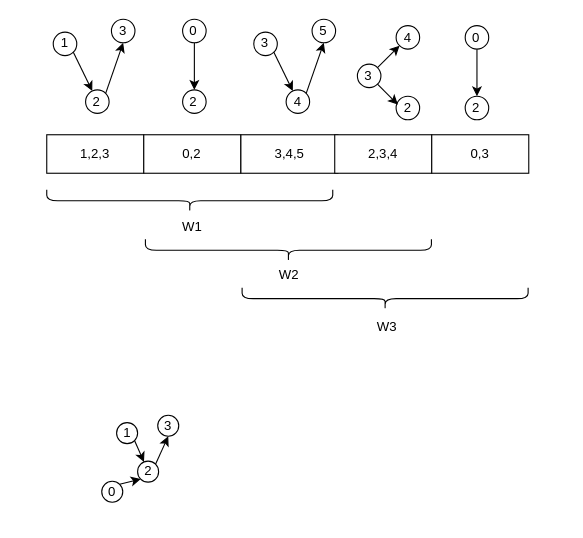
Before: page "windowGraphs" (6 of 8) of All execution models.drawio in komzy/FlinkPregelPaper, a draw.io diagram. Source tidied: cells renumbered, new cells numbered last; positions are measured from the earlier drawing's top-left corner, leaving out a move shared by most shapes. Both pictures are drawn from the tidied source at 110%, with x=0, y=0 at pixel (46, 19).
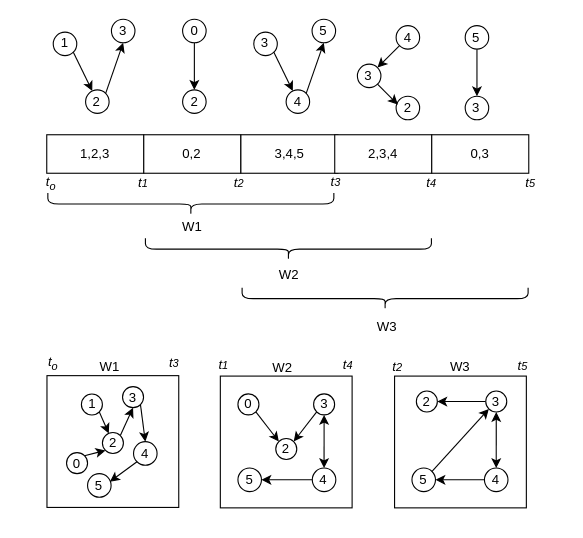
The same page after the edit.

The change refers to these unchanged cells:
```xml
<mxCell id="25" value="3" style="ellipse;whiteSpace=wrap;html=1;" parent="1" vertex="1">
  <mxGeometry x="282.4" y="40.8" width="21.4" height="21.4" as="geometry" />
</mxCell>
<mxCell id="26" value="4" style="ellipse;whiteSpace=wrap;html=1;" parent="1" vertex="1">
  <mxGeometry x="317.6" y="5.8" width="21.4" height="21.4" as="geometry" />
</mxCell>
```

The edit, as a diff of the source:
```diff
@@
+    <mxCell id="42" style="whiteSpace=wrap;html=1;fillColor=none;" parent="1" vertex="1">
+      <mxGeometry x="157.8" y="324.4" width="119.8" height="119.8" as="geometry" />
+    </mxCell>
+    <mxCell id="43" style="whiteSpace=wrap;html=1;fillColor=none;" parent="1" vertex="1">
+      <mxGeometry x="316.2" y="324.4" width="119.8" height="119.8" as="geometry" />
+    </mxCell>
     <mxCell id="2" style="shape=curlyBracket;whiteSpace=wrap;html=1;rounded=1;flipH=1;labelPosition=right;verticalLabelPosition=middle;align=left;verticalAlign=middle;legacyAnchorPoints=0;rotation=90;" parent="1" vertex="1">
-      <mxGeometry x="120" y="35" width="20" height="260" as="geometry" />
+      <mxGeometry x="121" y="38" width="20" height="260" as="geometry" />
     </mxCell>
-    <mxCell id="3" style="group;" parent="1" vertex="1">
-      <mxGeometry x="50" y="360" width="70" height="80" as="geometry" />
-    </mxCell>
-    <mxCell id="4" value="1" style="ellipse;whiteSpace=wrap;html=1;" parent="3" vertex="1">
-      <mxGeometry x="13.5" y="6.7" width="19.1" height="19.1" as="geometry" />
-    </mxCell>
-    <mxCell id="5" value="2" style="ellipse;whiteSpace=wrap;html=1;" parent="3" vertex="1">
-      <mxGeometry x="32.6" y="41.7" width="19.1" height="19.1" as="geometry" />
-    </mxCell>
-    <mxCell id="6" value="3" style="ellipse;whiteSpace=wrap;html=1;" parent="3" vertex="1">
-      <mxGeometry x="50.9" width="19.1" height="19.1" as="geometry" />
-    </mxCell>
-    <mxCell id="7" style="endArrow=classic;html=1;rounded=0;exitX=1;exitY=1;exitDx=0;exitDy=0;" parent="3" edge="1" source="4" target="5">
-      <mxGeometry relative="1" as="geometry" />
-    </mxCell>
-    <mxCell id="8" style="endArrow=classic;html=1;rounded=0;entryX=0.5;entryY=1;entryDx=0;entryDy=0;exitX=1;exitY=0;exitDx=0;exitDy=0;" parent="3" edge="1" source="5" target="6">
-      <mxGeometry relative="1" as="geometry" />
-    </mxCell>
-    <mxCell id="9" value="0" style="ellipse;whiteSpace=wrap;html=1;" parent="3" vertex="1">
-      <mxGeometry y="60" width="19.1" height="19.1" as="geometry" />
-    </mxCell>
-    <mxCell id="10" style="endArrow=classic;html=1;rounded=0;entryX=0;entryY=1;entryDx=0;entryDy=0;exitX=1;exitY=0;exitDx=0;exitDy=0;" parent="3" edge="1" source="9" target="5">
-      <mxGeometry relative="1" as="geometry" />
-    </mxCell>
@@
-    <mxCell id="28" style="endArrow=classic;html=1;rounded=0;exitX=1;exitY=0;exitDx=0;exitDy=0;" parent="1" edge="1" source="25" target="26">
-      <mxGeometry relative="1" as="geometry" />
-    </mxCell>
@@
-    <mxCell id="35" value="0" style="ellipse;whiteSpace=wrap;html=1;" parent="1" vertex="1">
+    <mxCell id="35" value="5" style="ellipse;whiteSpace=wrap;html=1;" parent="1" vertex="1">
       <mxGeometry x="380.4" y="5.8" width="21.4" height="21.4" as="geometry" />
     </mxCell>
-    <mxCell id="36" value="2" style="ellipse;whiteSpace=wrap;html=1;" parent="1" vertex="1">
+    <mxCell id="36" value="3" style="ellipse;whiteSpace=wrap;html=1;" parent="1" vertex="1">
       <mxGeometry x="380.4" y="70" width="21.4" height="21.4" as="geometry" />
     </mxCell>
     <mxCell id="37" style="shape=curlyBracket;whiteSpace=wrap;html=1;rounded=1;flipH=1;labelPosition=right;verticalLabelPosition=middle;align=left;verticalAlign=middle;legacyAnchorPoints=0;rotation=90;" parent="1" vertex="1">
-      <mxGeometry x="209.7" y="80" width="20" height="260" as="geometry" />
+      <mxGeometry x="209.7" y="79" width="20" height="260" as="geometry" />
     </mxCell>
@@
+    <mxCell id="44" style="endArrow=classic;html=1;rounded=0;entryX=1;entryY=0;entryDx=0;entryDy=0;exitX=0;exitY=1;exitDx=0;exitDy=0;" parent="1" edge="1" source="26" target="25">
+      <mxGeometry relative="1" as="geometry" />
+    </mxCell>
+    <mxCell id="45" style="group;" parent="1" vertex="1">
+      <mxGeometry x="18" y="334" width="140" height="120" as="geometry" />
+    </mxCell>
+    <mxCell id="6" value="3" style="ellipse;whiteSpace=wrap;html=1;" parent="45" vertex="1">
+      <mxGeometry x="50.9" width="19.1" height="19.1" as="geometry" />
+    </mxCell>
+    <mxCell id="8" style="endArrow=classic;html=1;rounded=0;entryX=0.5;entryY=1;entryDx=0;entryDy=0;exitX=1;exitY=0;exitDx=0;exitDy=0;" parent="45" edge="1" source="5" target="6">
+      <mxGeometry relative="1" as="geometry" />
+    </mxCell>
+    <mxCell id="46" style="endArrow=classic;html=1;rounded=0;exitX=1;exitY=1;exitDx=0;exitDy=0;entryX=0;entryY=0.5;entryDx=0;entryDy=0;" parent="45" edge="1" source="6" target="47">
+      <mxGeometry relative="1" as="geometry" />
+    </mxCell>
+    <mxCell id="4" value="1" style="ellipse;whiteSpace=wrap;html=1;" parent="45" vertex="1">
+      <mxGeometry x="13.5" y="6.7" width="19.1" height="19.1" as="geometry" />
+    </mxCell>
+    <mxCell id="5" value="2" style="ellipse;whiteSpace=wrap;html=1;" parent="45" vertex="1">
+      <mxGeometry x="32.6" y="41.7" width="19.1" height="19.1" as="geometry" />
+    </mxCell>
+    <mxCell id="7" style="endArrow=classic;html=1;rounded=0;exitX=1;exitY=1;exitDx=0;exitDy=0;" parent="45" edge="1" source="4" target="5">
+      <mxGeometry relative="1" as="geometry" />
+    </mxCell>
+    <mxCell id="9" value="0" style="ellipse;whiteSpace=wrap;html=1;" parent="45" vertex="1">
+      <mxGeometry y="60" width="19.1" height="19.1" as="geometry" />
+    </mxCell>
+    <mxCell id="10" style="endArrow=classic;html=1;rounded=0;entryX=0;entryY=1;entryDx=0;entryDy=0;exitX=1;exitY=0;exitDx=0;exitDy=0;" parent="45" edge="1" source="9" target="5">
+      <mxGeometry relative="1" as="geometry" />
+    </mxCell>
+    <mxCell id="47" value="4" style="ellipse;whiteSpace=wrap;html=1;direction=south;" parent="45" vertex="1">
+      <mxGeometry x="60.9" y="50" width="21.4" height="21.4" as="geometry" />
+    </mxCell>
+    <mxCell id="48" value="5" style="ellipse;whiteSpace=wrap;html=1;" parent="45" vertex="1">
+      <mxGeometry x="19.1" y="79.1" width="21.4" height="21.4" as="geometry" />
+    </mxCell>
+    <mxCell id="49" style="endArrow=classic;html=1;rounded=0;exitX=1;exitY=1;exitDx=0;exitDy=0;entryX=0.949;entryY=0.342;entryDx=0;entryDy=0;entryPerimeter=0;" parent="45" edge="1" source="47" target="48">
+      <mxGeometry relative="1" as="geometry" />
+    </mxCell>
+    <mxCell id="50" value="2" style="ellipse;whiteSpace=wrap;html=1;" parent="1" vertex="1">
+      <mxGeometry x="336" y="338" width="19.1" height="19.1" as="geometry" />
+    </mxCell>
+    <mxCell id="51" style="edgeStyle=orthogonalEdgeStyle;rounded=0;jettySize=auto;html=1;" parent="1" edge="1" source="53" target="50">
+      <mxGeometry relative="1" as="geometry" />
+    </mxCell>
+    <mxCell id="52" style="whiteSpace=wrap;html=1;fillColor=none;" parent="1" vertex="1">
+      <mxGeometry x="0.2" y="324" width="119.8" height="119.8" as="geometry" />
+    </mxCell>
+    <mxCell id="53" value="3" style="ellipse;whiteSpace=wrap;html=1;" parent="1" vertex="1">
+      <mxGeometry x="399.1" y="338" width="19.1" height="19.1" as="geometry" />
+    </mxCell>
+    <mxCell id="54" style="edgeStyle=orthogonalEdgeStyle;rounded=0;jettySize=auto;html=1;" parent="1" edge="1" source="55" target="56">
+      <mxGeometry relative="1" as="geometry" />
+    </mxCell>
+    <mxCell id="55" value="4" style="ellipse;whiteSpace=wrap;html=1;direction=south;" parent="1" vertex="1">
+      <mxGeometry x="397.9" y="408" width="21.4" height="21.4" as="geometry" />
+    </mxCell>
+    <mxCell id="56" value="5" style="ellipse;whiteSpace=wrap;html=1;" parent="1" vertex="1">
+      <mxGeometry x="332" y="408" width="21.4" height="21.4" as="geometry" />
+    </mxCell>
+    <mxCell id="57" style="endArrow=classic;html=1;rounded=0;entryX=0;entryY=1;entryDx=0;entryDy=0;exitX=1;exitY=0;exitDx=0;exitDy=0;" parent="1" edge="1" source="56" target="53">
+      <mxGeometry relative="1" as="geometry" />
+    </mxCell>
+    <mxCell id="58" style="endArrow=classic;startArrow=classic;html=1;rounded=0;exitX=0;exitY=0.5;exitDx=0;exitDy=0;entryX=0.5;entryY=1;entryDx=0;entryDy=0;" parent="1" edge="1" source="55" target="53">
+      <mxGeometry relative="1" as="geometry" />
+    </mxCell>
+    <mxCell id="59" value="&lt;span style=&quot;font-weight: normal;&quot;&gt;W1&lt;/span&gt;" style="text;align=center;fontStyle=1;verticalAlign=middle;spacingLeft=3;spacingRight=3;strokeColor=none;html=1;" parent="1" vertex="1">
+      <mxGeometry x="2" y="303" width="110" height="26" as="geometry" />
+    </mxCell>
+    <mxCell id="60" value="&lt;span style=&quot;font-weight: normal;&quot;&gt;W2&lt;/span&gt;" style="text;align=center;fontStyle=1;verticalAlign=middle;spacingLeft=3;spacingRight=3;strokeColor=none;html=1;" parent="1" vertex="1">
+      <mxGeometry x="164.3" y="301.5" width="100" height="31" as="geometry" />
+    </mxCell>
+    <mxCell id="61" value="&lt;span style=&quot;color: rgb(0, 0, 0); font-family: Helvetica; font-size: 12px; font-style: normal; font-variant-ligatures: normal; font-variant-caps: normal; font-weight: 400; letter-spacing: normal; orphans: 2; text-indent: 0px; text-transform: none; widows: 2; word-spacing: 0px; -webkit-text-stroke-width: 0px; white-space: nowrap; text-decoration-thickness: initial; text-decoration-style: initial; text-decoration-color: initial; float: none; display: inline !important;&quot;&gt;W3&lt;/span&gt;" style="text;whiteSpace=wrap;html=1;align=center;" parent="1" vertex="1">
+      <mxGeometry x="316.2" y="301.5" width="120" height="40" as="geometry" />
+    </mxCell>
+    <mxCell id="62" value="2" style="ellipse;whiteSpace=wrap;html=1;" parent="1" vertex="1">
+      <mxGeometry x="208.2" y="381.1" width="19.1" height="19.1" as="geometry" />
+    </mxCell>
+    <mxCell id="63" value="3" style="ellipse;whiteSpace=wrap;html=1;" parent="1" vertex="1">
+      <mxGeometry x="242.6" y="340.6" width="19.1" height="19.1" as="geometry" />
+    </mxCell>
+    <mxCell id="64" style="endArrow=classic;html=1;rounded=0;entryX=1;entryY=0;entryDx=0;entryDy=0;exitX=0;exitY=1;exitDx=0;exitDy=0;" parent="1" edge="1" source="63" target="62">
+      <mxGeometry relative="1" as="geometry" />
+    </mxCell>
+    <mxCell id="65" value="0" style="ellipse;whiteSpace=wrap;html=1;" parent="1" vertex="1">
+      <mxGeometry x="173.8" y="340.6" width="19.1" height="19.1" as="geometry" />
+    </mxCell>
+    <mxCell id="66" style="edgeStyle=orthogonalEdgeStyle;rounded=0;jettySize=auto;html=1;" parent="1" edge="1" source="67" target="69">
+      <mxGeometry relative="1" as="geometry" />
+    </mxCell>
+    <mxCell id="67" value="4" style="ellipse;whiteSpace=wrap;html=1;direction=south;" parent="1" vertex="1">
+      <mxGeometry x="241.4" y="408" width="21.4" height="21.4" as="geometry" />
+    </mxCell>
+    <mxCell id="68" style="endArrow=classic;html=1;rounded=0;entryX=0;entryY=0.5;entryDx=0;entryDy=0;startArrow=classic;exitX=0.5;exitY=1;exitDx=0;exitDy=0;" parent="1" edge="1" source="63" target="67">
+      <mxGeometry relative="1" as="geometry" />
+    </mxCell>
+    <mxCell id="69" value="5" style="ellipse;whiteSpace=wrap;html=1;" parent="1" vertex="1">
+      <mxGeometry x="173.8" y="408" width="21.4" height="21.4" as="geometry" />
+    </mxCell>
+    <mxCell id="70" style="endArrow=classic;html=1;rounded=0;exitX=1;exitY=1;exitDx=0;exitDy=0;entryX=0;entryY=0;entryDx=0;entryDy=0;" parent="1" edge="1" source="65" target="62">
+      <mxGeometry relative="1" as="geometry" />
+    </mxCell>
+    <mxCell id="71" value="&lt;i&gt;t&lt;sub&gt;o&lt;/sub&gt;&lt;/i&gt;" style="text;html=1;whiteSpace=wrap;strokeColor=none;fillColor=none;align=center;verticalAlign=middle;rounded=0;" parent="1" vertex="1">
+      <mxGeometry x="-25.7" y="134" width="60" height="30" as="geometry" />
+    </mxCell>
+    <mxCell id="72" value="&lt;i&gt;t&lt;span style=&quot;font-size: 10px;&quot;&gt;1&lt;/span&gt;&lt;/i&gt;" style="text;html=1;whiteSpace=wrap;strokeColor=none;fillColor=none;align=center;verticalAlign=middle;rounded=0;" parent="1" vertex="1">
+      <mxGeometry x="58" y="134" width="60" height="30" as="geometry" />
+    </mxCell>
+    <mxCell id="73" value="&lt;i&gt;t&lt;span style=&quot;font-size: 10px;&quot;&gt;2&lt;/span&gt;&lt;/i&gt;" style="text;html=1;whiteSpace=wrap;strokeColor=none;fillColor=none;align=center;verticalAlign=middle;rounded=0;" parent="1" vertex="1">
+      <mxGeometry x="145" y="134" width="60" height="30" as="geometry" />
+    </mxCell>
+    <mxCell id="74" value="&lt;i&gt;t&lt;span style=&quot;font-size: 10px;&quot;&gt;3&lt;/span&gt;&lt;/i&gt;" style="text;html=1;whiteSpace=wrap;strokeColor=none;fillColor=none;align=center;verticalAlign=middle;rounded=0;" parent="1" vertex="1">
+      <mxGeometry x="232.7" y="133" width="60" height="30" as="geometry" />
+    </mxCell>
+    <mxCell id="75" value="&lt;i&gt;t&lt;span style=&quot;font-size: 10px;&quot;&gt;4&lt;/span&gt;&lt;/i&gt;" style="text;html=1;whiteSpace=wrap;strokeColor=none;fillColor=none;align=center;verticalAlign=middle;rounded=0;" parent="1" vertex="1">
+      <mxGeometry x="320.4" y="134" width="60" height="30" as="geometry" />
+    </mxCell>
+    <mxCell id="76" value="&lt;i&gt;t&lt;span style=&quot;font-size: 10px;&quot;&gt;5&lt;/span&gt;&lt;/i&gt;" style="text;html=1;whiteSpace=wrap;strokeColor=none;fillColor=none;align=center;verticalAlign=middle;rounded=0;" parent="1" vertex="1">
+      <mxGeometry x="410" y="134" width="60" height="30" as="geometry" />
+    </mxCell>
+    <mxCell id="77" value="&lt;i&gt;t&lt;sub&gt;o&lt;/sub&gt;&lt;/i&gt;" style="text;html=1;whiteSpace=wrap;strokeColor=none;fillColor=none;align=center;verticalAlign=middle;rounded=0;" parent="1" vertex="1">
+      <mxGeometry x="-23.7" y="298" width="60" height="30" as="geometry" />
+    </mxCell>
+    <mxCell id="78" value="&lt;i&gt;t&lt;span style=&quot;font-size: 10px;&quot;&gt;3&lt;/span&gt;&lt;/i&gt;" style="text;html=1;whiteSpace=wrap;strokeColor=none;fillColor=none;align=center;verticalAlign=middle;rounded=0;" parent="1" vertex="1">
+      <mxGeometry x="86" y="298" width="60" height="30" as="geometry" />
+    </mxCell>
+    <mxCell id="79" value="&lt;i&gt;t&lt;span style=&quot;font-size: 10px;&quot;&gt;1&lt;/span&gt;&lt;/i&gt;" style="text;html=1;whiteSpace=wrap;strokeColor=none;fillColor=none;align=center;verticalAlign=middle;rounded=0;" parent="1" vertex="1">
+      <mxGeometry x="130.7" y="299" width="60" height="30" as="geometry" />
+    </mxCell>
+    <mxCell id="80" value="&lt;i&gt;t&lt;span style=&quot;font-size: 10px;&quot;&gt;4&lt;/span&gt;&lt;/i&gt;" style="text;html=1;whiteSpace=wrap;strokeColor=none;fillColor=none;align=center;verticalAlign=middle;rounded=0;" parent="1" vertex="1">
+      <mxGeometry x="243.6" y="299" width="60" height="30" as="geometry" />
+    </mxCell>
+    <mxCell id="81" value="&lt;i&gt;t&lt;span style=&quot;font-size: 10px;&quot;&gt;2&lt;/span&gt;&lt;/i&gt;" style="text;html=1;whiteSpace=wrap;strokeColor=none;fillColor=none;align=center;verticalAlign=middle;rounded=0;" parent="1" vertex="1">
+      <mxGeometry x="288.6" y="301" width="60" height="30" as="geometry" />
+    </mxCell>
+    <mxCell id="82" value="&lt;i&gt;t&lt;span style=&quot;font-size: 10px;&quot;&gt;5&lt;/span&gt;&lt;/i&gt;" style="text;html=1;whiteSpace=wrap;strokeColor=none;fillColor=none;align=center;verticalAlign=middle;rounded=0;" parent="1" vertex="1">
+      <mxGeometry x="402.8" y="300" width="60" height="30" as="geometry" />
+    </mxCell>
```
